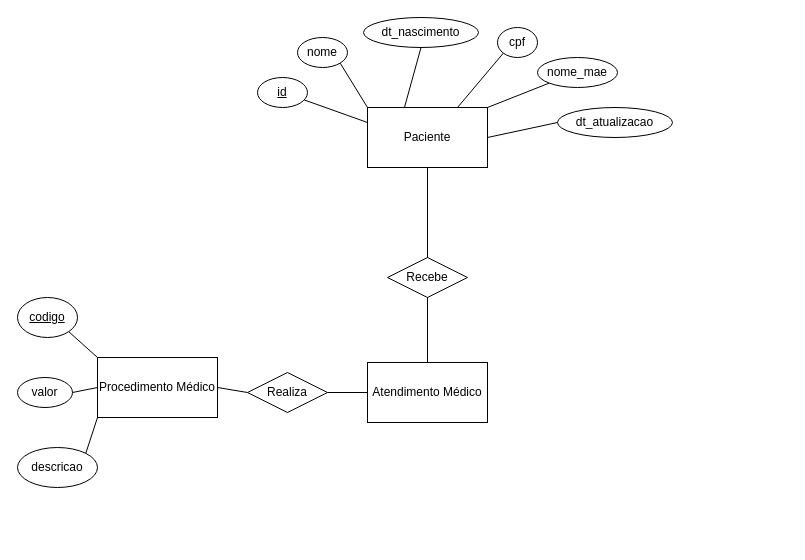
Before: Diagrama.drawio in dinizluiza/desafio, a draw.io diagram. Source tidied: cells renumbered, new cells numbered last; positions are measured from the earlier drawing's top-left corner, leaving out a move shared by most shapes. Both pictures are drawn from the tidied source at 100%, with x=0, y=0 at pixel (17, 17).
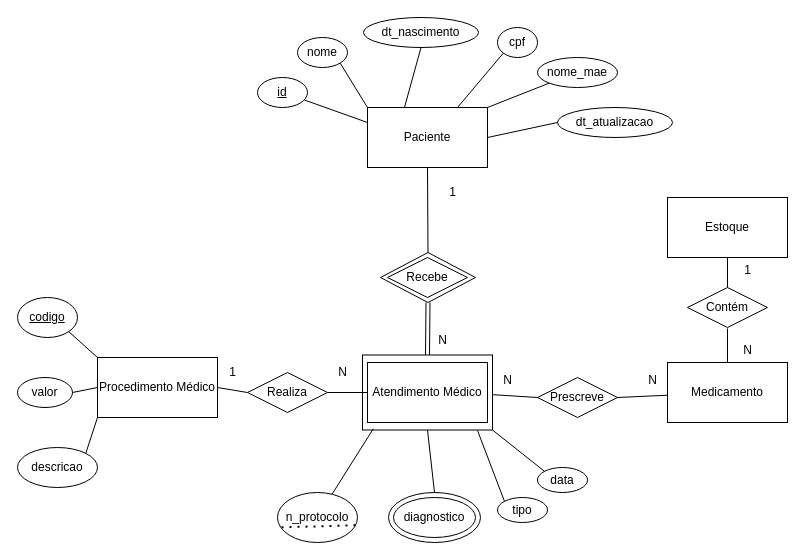
After the change.

The change refers to these unchanged cells:
```xml
<mxCell id="2" value="Paciente" style="rounded=0;whiteSpace=wrap;html=1;" parent="1" vertex="1">
  <mxGeometry x="350" y="90" width="120" height="60" as="geometry" />
</mxCell>
<mxCell id="16" value="Atendimento Médico" style="rounded=0;whiteSpace=wrap;html=1;" parent="1" vertex="1">
  <mxGeometry x="350" y="345" width="120" height="60" as="geometry" />
</mxCell>
<mxCell id="23" value="Recebe" style="rhombus;whiteSpace=wrap;html=1;" parent="1" vertex="1">
  <mxGeometry x="370" y="240" width="80" height="40" as="geometry" />
</mxCell>
```

Diff of the diagram source:
```diff
@@
+    <mxCell id="29" style="ellipse;whiteSpace=wrap;html=1;" parent="1" vertex="1">
+      <mxGeometry x="371" y="475" width="92" height="50" as="geometry" />
+    </mxCell>
+    <mxCell id="30" style="rhombus;whiteSpace=wrap;html=1;" parent="1" vertex="1">
+      <mxGeometry x="363" y="235" width="95" height="50" as="geometry" />
+    </mxCell>
+    <mxCell id="31" style="rounded=0;whiteSpace=wrap;html=1;" parent="1" vertex="1">
+      <mxGeometry x="345" y="337.5" width="130" height="75" as="geometry" />
+    </mxCell>
@@
-    <mxCell id="24" style="endArrow=none;html=1;rounded=0;entryX=0.5;entryY=0;entryDx=0;entryDy=0;exitX=0.5;exitY=1;exitDx=0;exitDy=0;" parent="1" edge="1" source="2" target="23">
+    <mxCell id="24" style="endArrow=none;html=1;rounded=0;exitX=0.5;exitY=1;exitDx=0;exitDy=0;entryX=0.5;entryY=0;entryDx=0;entryDy=0;" parent="1" edge="1" source="2" target="30">
       <mxGeometry relative="1" as="geometry" />
     </mxCell>
-    <mxCell id="25" style="endArrow=none;html=1;rounded=0;entryX=0.5;entryY=1;entryDx=0;entryDy=0;" parent="1" edge="1" source="16" target="23">
+    <mxCell id="25" style="endArrow=none;html=1;rounded=0;exitX=0.5;exitY=0;exitDx=0;exitDy=0;shape=link;entryX=0.5;entryY=1;entryDx=0;entryDy=0;" parent="1" edge="1" source="31" target="30">
       <mxGeometry relative="1" as="geometry" />
     </mxCell>
@@
+    <mxCell id="32" value="N" style="text;html=1;align=center;verticalAlign=middle;strokeColor=none;fillColor=none;" parent="1" vertex="1">
+      <mxGeometry x="410" y="307.5" width="30" height="30" as="geometry" />
+    </mxCell>
+    <mxCell id="33" value="1" style="text;html=1;align=center;verticalAlign=middle;strokeColor=none;fillColor=none;" parent="1" vertex="1">
+      <mxGeometry x="420" y="160" width="30" height="30" as="geometry" />
+    </mxCell>
+    <mxCell id="34" value="1" style="text;html=1;align=center;verticalAlign=middle;strokeColor=none;fillColor=none;" parent="1" vertex="1">
+      <mxGeometry x="200" y="340" width="30" height="30" as="geometry" />
+    </mxCell>
+    <mxCell id="35" value="N" style="text;html=1;align=center;verticalAlign=middle;strokeColor=none;fillColor=none;" parent="1" vertex="1">
+      <mxGeometry x="310" y="340" width="30" height="30" as="geometry" />
+    </mxCell>
+    <mxCell id="36" value="diagnostico" style="ellipse;whiteSpace=wrap;html=1;" parent="1" vertex="1">
+      <mxGeometry x="376" y="480" width="82" height="40" as="geometry" />
+    </mxCell>
+    <mxCell id="37" style="endArrow=none;html=1;rounded=0;entryX=0.5;entryY=1;entryDx=0;entryDy=0;exitX=0.5;exitY=0;exitDx=0;exitDy=0;" parent="1" edge="1" source="29" target="31">
+      <mxGeometry relative="1" as="geometry" />
+    </mxCell>
+    <mxCell id="38" value="n_protocolo" style="ellipse;whiteSpace=wrap;html=1;" parent="1" vertex="1">
+      <mxGeometry x="260" y="475" width="80" height="50" as="geometry" />
+    </mxCell>
+    <mxCell id="39" value="tipo" style="ellipse;whiteSpace=wrap;html=1;" parent="1" vertex="1">
+      <mxGeometry x="480" y="480" width="50" height="25" as="geometry" />
+    </mxCell>
+    <mxCell id="40" style="endArrow=none;dashed=1;html=1;dashPattern=1 3;strokeWidth=2;rounded=0;entryX=0.975;entryY=0.656;entryDx=0;entryDy=0;entryPerimeter=0;exitX=0.05;exitY=0.696;exitDx=0;exitDy=0;exitPerimeter=0;" parent="1" edge="1" source="38" target="38">
+      <mxGeometry relative="1" as="geometry" />
+    </mxCell>
+    <mxCell id="41" style="endArrow=none;html=1;rounded=0;entryX=0.083;entryY=0.984;entryDx=0;entryDy=0;entryPerimeter=0;" parent="1" edge="1" source="38" target="31">
+      <mxGeometry relative="1" as="geometry" />
+    </mxCell>
+    <mxCell id="42" style="endArrow=none;html=1;rounded=0;entryX=0.885;entryY=1.007;entryDx=0;entryDy=0;entryPerimeter=0;exitX=0;exitY=0;exitDx=0;exitDy=0;" parent="1" edge="1" source="39" target="31">
+      <mxGeometry relative="1" as="geometry" />
+    </mxCell>
+    <mxCell id="43" value="Medicamento" style="rounded=0;whiteSpace=wrap;html=1;" parent="1" vertex="1">
+      <mxGeometry x="650" y="345" width="120" height="60" as="geometry" />
+    </mxCell>
+    <mxCell id="44" value="Prescreve" style="rhombus;whiteSpace=wrap;html=1;" parent="1" vertex="1">
+      <mxGeometry x="520" y="360" width="80" height="40" as="geometry" />
+    </mxCell>
+    <mxCell id="45" style="endArrow=none;html=1;rounded=0;entryX=0;entryY=0.5;entryDx=0;entryDy=0;exitX=1.002;exitY=0.529;exitDx=0;exitDy=0;exitPerimeter=0;" parent="1" edge="1" source="31" target="44">
+      <mxGeometry relative="1" as="geometry" />
+    </mxCell>
+    <mxCell id="46" style="endArrow=none;html=1;rounded=0;entryX=1;entryY=0.5;entryDx=0;entryDy=0;" parent="1" edge="1" source="43" target="44">
+      <mxGeometry relative="1" as="geometry" />
+    </mxCell>
+    <mxCell id="47" value="data" style="ellipse;whiteSpace=wrap;html=1;" parent="1" vertex="1">
+      <mxGeometry x="520" y="450" width="50" height="25" as="geometry" />
+    </mxCell>
+    <mxCell id="48" style="endArrow=none;html=1;rounded=0;entryX=1;entryY=1;entryDx=0;entryDy=0;exitX=0;exitY=0;exitDx=0;exitDy=0;" parent="1" edge="1" source="47" target="31">
+      <mxGeometry relative="1" as="geometry" />
+    </mxCell>
+    <mxCell id="49" value="Estoque" style="rounded=0;whiteSpace=wrap;html=1;" parent="1" vertex="1">
+      <mxGeometry x="650" y="180" width="120" height="60" as="geometry" />
+    </mxCell>
+    <mxCell id="50" value="Contém" style="rhombus;whiteSpace=wrap;html=1;" parent="1" vertex="1">
+      <mxGeometry x="670" y="270" width="80" height="40" as="geometry" />
+    </mxCell>
+    <mxCell id="51" style="endArrow=none;html=1;rounded=0;entryX=0.5;entryY=1;entryDx=0;entryDy=0;" parent="1" edge="1" source="50" target="49">
+      <mxGeometry relative="1" as="geometry" />
+    </mxCell>
+    <mxCell id="52" style="endArrow=none;html=1;rounded=0;" parent="1" edge="1" source="43">
+      <mxGeometry relative="1" as="geometry">
+        <mxPoint x="710" y="311" as="targetPoint" />
+      </mxGeometry>
+    </mxCell>
+    <mxCell id="53" value="1" style="text;html=1;align=center;verticalAlign=middle;strokeColor=none;fillColor=none;" parent="1" vertex="1">
+      <mxGeometry x="715" y="238" width="30" height="30" as="geometry" />
+    </mxCell>
+    <mxCell id="54" value="N" style="text;html=1;align=center;verticalAlign=middle;strokeColor=none;fillColor=none;" parent="1" vertex="1">
+      <mxGeometry x="715" y="318" width="30" height="30" as="geometry" />
+    </mxCell>
+    <mxCell id="55" value="N" style="text;html=1;align=center;verticalAlign=middle;strokeColor=none;fillColor=none;" parent="1" vertex="1">
+      <mxGeometry x="620" y="348" width="30" height="30" as="geometry" />
+    </mxCell>
+    <mxCell id="56" value="N" style="text;html=1;align=center;verticalAlign=middle;strokeColor=none;fillColor=none;" parent="1" vertex="1">
+      <mxGeometry x="475" y="348" width="30" height="30" as="geometry" />
+    </mxCell>
```
